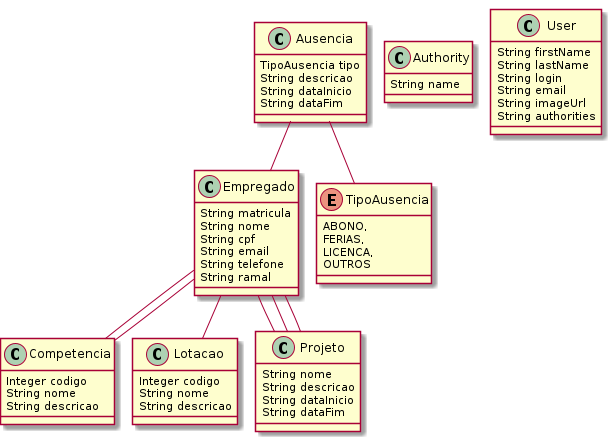
Above: jhipster-jdl.png in nanapereira/OGestor (PlantUML), before the change. The source it was exported from:
```plantuml
@startuml
	!pragma graphviz_dot jdot
	!pragma syntax class
	class Empregado  {
		String matricula
		String nome
		String cpf
		String email
		String telefone
		String ramal
	}
	class Competencia  {
		Integer codigo
		String nome
		String descricao
	}
	class Lotacao  {
		Integer codigo
		String nome
		String descricao
	}
	class Projeto  {
		String nome
		String descricao
		String dataInicio
		String dataFim
	}
	class Ausencia  {
		TipoAusencia tipo
		String descricao
		String dataInicio
		String dataFim
	}
	Ausencia ..> TipoAusencia
	enum TipoAusencia {
		ABONO,
		FERIAS,
		LICENCA,
		OUTROS
	}
	Empregado  "competencias 0..* " o--o "listaEmpregados 0..* "  Competencia
	Competencia  "empregados 0..* " o--o "ListaCompetencias 0..* "  Empregado
	Empregado  "projetos 0..* " o--o "Listaempregado 0..* "  Projeto
	Projeto  "empregados 0..* " o--o "ListaProjetos 0..* "  Empregado
	Empregado  "lotacao 0..* " o-- "0..1 "  Lotacao
	Projeto  "gestor 0..* " o-- "0..1 "  Empregado
	Ausencia  "empregado 0..* " o-- "0..1 "  Empregado
	class Authority  {
		String name
	}
	class User  {
		String firstName
		String lastName
		String login
		String email
		String imageUrl
		String authorities
	}
@enduml
```
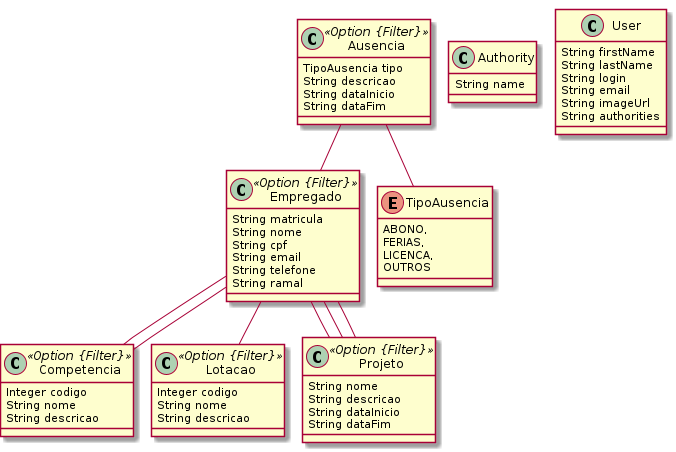
The same diagram one commit later.

What changed in the source:
```diff
@@ -1,7 +1,7 @@
 @startuml
 	!pragma graphviz_dot jdot
 	!pragma syntax class
-	class Empregado  {
+	class Empregado <<Option {Filter}>> {
 		String matricula
 		String nome
 		String cpf
@@ -9,23 +9,23 @@
 		String telefone
 		String ramal
 	}
-	class Competencia  {
+	class Competencia <<Option {Filter}>> {
 		Integer codigo
 		String nome
 		String descricao
 	}
-	class Lotacao  {
+	class Lotacao <<Option {Filter}>> {
 		Integer codigo
 		String nome
 		String descricao
 	}
-	class Projeto  {
+	class Projeto <<Option {Filter}>> {
 		String nome
 		String descricao
 		String dataInicio
 		String dataFim
 	}
-	class Ausencia  {
+	class Ausencia <<Option {Filter}>> {
 		TipoAusencia tipo
 		String descricao
 		String dataInicio
```
